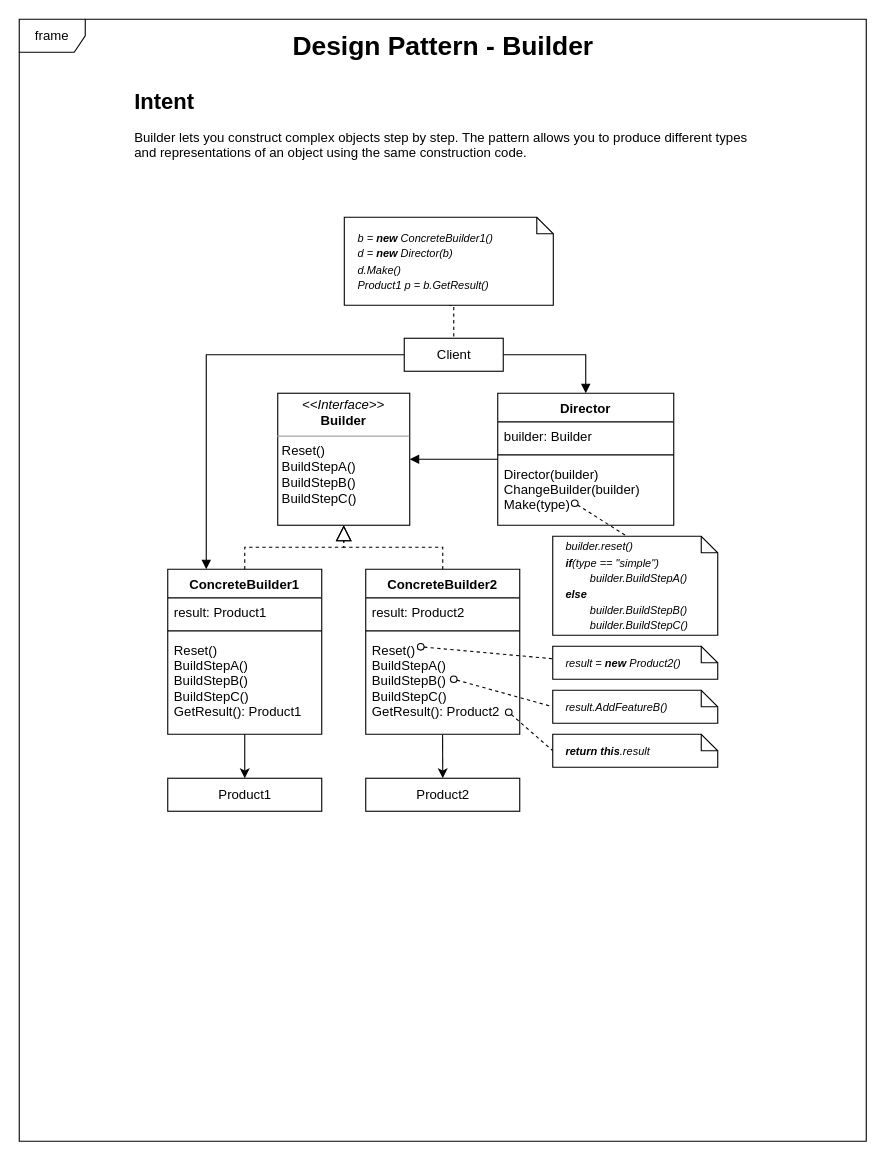
DanielTerrazasD/DesignPatterns keeps this draw.io diagram as Creational/Builder/Diagram/Builder.drawio. Above is the earlier version. Source tidied: cells renumbered, new cells numbered last; positions are measured from the earlier drawing's top-left corner, leaving out a move shared by most shapes. Both pictures are drawn from the tidied source at 110%, with x=0, y=0 at pixel (19, 19).
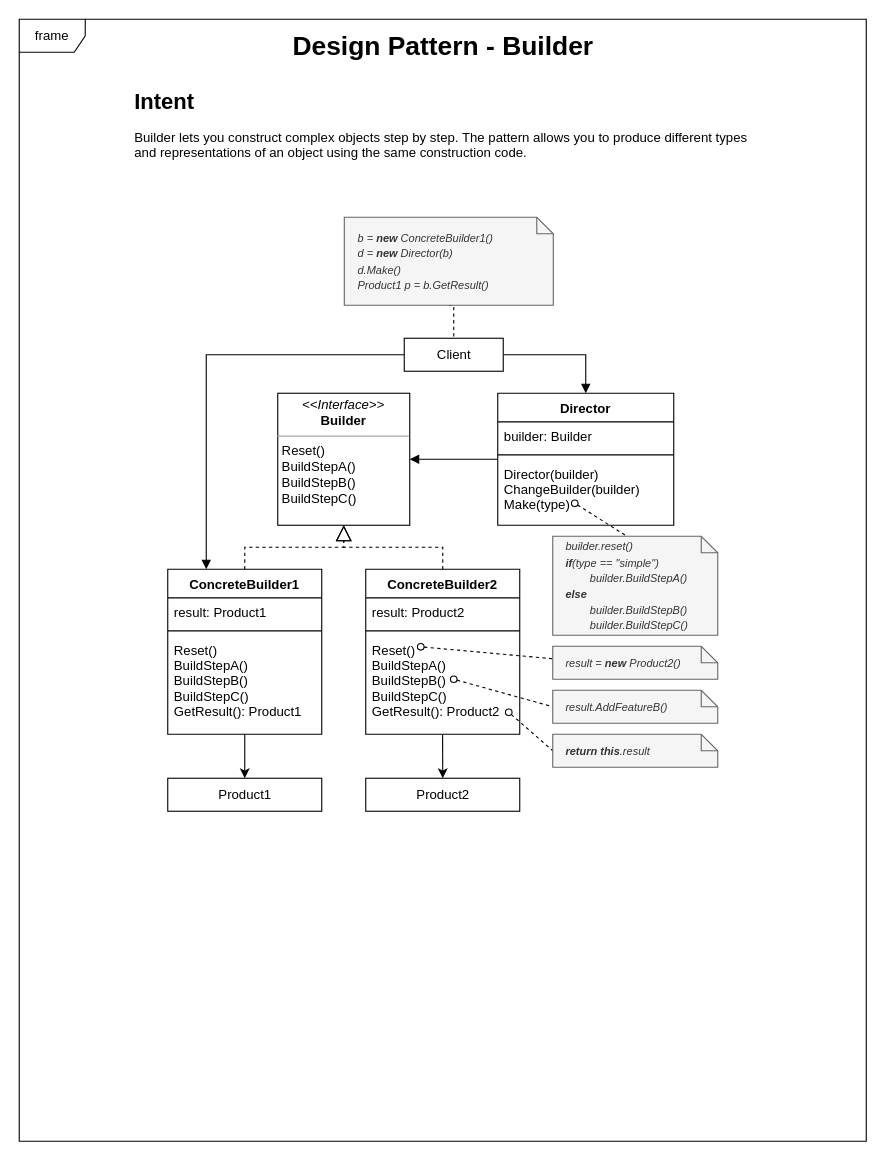
Above is the later version.

The edit, as a diff of the source:
```diff
@@
-    <mxCell id="25" value="&lt;font style=&quot;font-size: 10px;&quot;&gt;&lt;i&gt;&lt;b&gt;return this&lt;/b&gt;.result&lt;/i&gt;&lt;/font&gt;" style="shape=note;size=15;align=left;spacingLeft=10;html=1;whiteSpace=wrap;" parent="1" vertex="1">
+    <mxCell id="25" value="&lt;font style=&quot;font-size: 10px;&quot;&gt;&lt;i&gt;&lt;b&gt;return this&lt;/b&gt;.result&lt;/i&gt;&lt;/font&gt;" style="shape=note;size=15;align=left;spacingLeft=10;html=1;whiteSpace=wrap;fillColor=#f5f5f5;fontColor=#333333;strokeColor=#666666;" parent="1" vertex="1">
       <mxGeometry x="485" y="650" width="150" height="30" as="geometry" />
     </mxCell>
-    <mxCell id="26" value="&lt;font style=&quot;font-size: 10px;&quot;&gt;&lt;i&gt;result.AddFeatureB()&lt;/i&gt;&lt;/font&gt;" style="shape=note;size=15;align=left;spacingLeft=10;html=1;whiteSpace=wrap;" parent="1" vertex="1">
+    <mxCell id="26" value="&lt;font style=&quot;font-size: 10px;&quot;&gt;&lt;i&gt;result.AddFeatureB()&lt;/i&gt;&lt;/font&gt;" style="shape=note;size=15;align=left;spacingLeft=10;html=1;whiteSpace=wrap;fillColor=#f5f5f5;fontColor=#333333;strokeColor=#666666;" parent="1" vertex="1">
       <mxGeometry x="485" y="610" width="150" height="30" as="geometry" />
     </mxCell>
-    <mxCell id="27" value="&lt;font style=&quot;font-size: 10px;&quot;&gt;&lt;i&gt;result = &lt;b&gt;new&lt;/b&gt; Product2()&lt;/i&gt;&lt;/font&gt;" style="shape=note;size=15;align=left;spacingLeft=10;html=1;whiteSpace=wrap;" parent="1" vertex="1">
+    <mxCell id="27" value="&lt;font style=&quot;font-size: 10px;&quot;&gt;&lt;i&gt;result = &lt;b&gt;new&lt;/b&gt; Product2()&lt;/i&gt;&lt;/font&gt;" style="shape=note;size=15;align=left;spacingLeft=10;html=1;whiteSpace=wrap;fillColor=#f5f5f5;fontColor=#333333;strokeColor=#666666;" parent="1" vertex="1">
       <mxGeometry x="485" y="570" width="150" height="30" as="geometry" />
     </mxCell>
-    <mxCell id="28" value="&lt;font style=&quot;font-size: 10px;&quot;&gt;&lt;i&gt;builder.reset()&lt;br&gt;&lt;b&gt;if&lt;/b&gt;(type == &quot;simple&quot;)&lt;br&gt;&lt;span style=&quot;white-space: pre;&quot;&gt;&#9;&lt;/span&gt;builder.BuildStepA()&lt;br&gt;&lt;b&gt;else&lt;/b&gt;&lt;br&gt;&lt;span style=&quot;white-space: pre;&quot;&gt;&#9;&lt;/span&gt;builder.BuildStepB()&lt;br&gt;&lt;span style=&quot;white-space: pre;&quot;&gt;&#9;&lt;/span&gt;builder.BuildStepC()&lt;/i&gt;&lt;br&gt;&lt;/font&gt;" style="shape=note;size=15;align=left;spacingLeft=10;html=1;whiteSpace=wrap;" parent="1" vertex="1">
+    <mxCell id="28" value="&lt;font style=&quot;font-size: 10px;&quot;&gt;&lt;i&gt;builder.reset()&lt;br&gt;&lt;b&gt;if&lt;/b&gt;(type == &quot;simple&quot;)&lt;br&gt;&lt;span style=&quot;white-space: pre;&quot;&gt;&#9;&lt;/span&gt;builder.BuildStepA()&lt;br&gt;&lt;b&gt;else&lt;/b&gt;&lt;br&gt;&lt;span style=&quot;white-space: pre;&quot;&gt;&#9;&lt;/span&gt;builder.BuildStepB()&lt;br&gt;&lt;span style=&quot;white-space: pre;&quot;&gt;&#9;&lt;/span&gt;builder.BuildStepC()&lt;/i&gt;&lt;br&gt;&lt;/font&gt;" style="shape=note;size=15;align=left;spacingLeft=10;html=1;whiteSpace=wrap;fillColor=#f5f5f5;fontColor=#333333;strokeColor=#666666;" parent="1" vertex="1">
       <mxGeometry x="485" y="470" width="150" height="90" as="geometry" />
     </mxCell>
@@
-    <mxCell id="36" value="&lt;font style=&quot;font-size: 10px;&quot;&gt;&lt;i&gt;b = &lt;b&gt;new&lt;/b&gt; ConcreteBuilder1()&lt;br&gt;d = &lt;b&gt;new &lt;/b&gt;Director(b)&lt;br&gt;d.Make()&lt;br&gt;Product1 p = b.GetResult()&lt;/i&gt;&lt;/font&gt;" style="shape=note;size=15;align=left;spacingLeft=10;html=1;whiteSpace=wrap;" parent="1" vertex="1">
+    <mxCell id="36" value="&lt;font style=&quot;font-size: 10px;&quot;&gt;&lt;i&gt;b = &lt;b&gt;new&lt;/b&gt; ConcreteBuilder1()&lt;br&gt;d = &lt;b&gt;new &lt;/b&gt;Director(b)&lt;br&gt;d.Make()&lt;br&gt;Product1 p = b.GetResult()&lt;/i&gt;&lt;/font&gt;" style="shape=note;size=15;align=left;spacingLeft=10;html=1;whiteSpace=wrap;fillColor=#f5f5f5;fontColor=#333333;strokeColor=#666666;" parent="1" vertex="1">
       <mxGeometry x="295.5" y="180" width="190" height="80" as="geometry" />
     </mxCell>
```
